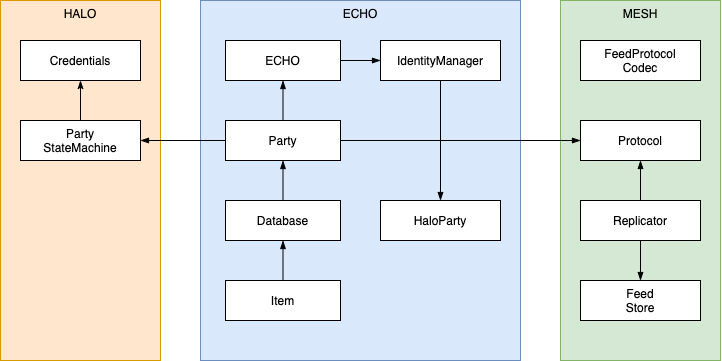
The draw.io diagram docs/content/diagrams/dependencies.png in dxos/dxos, before a commit. Source tidied: cells renumbered, new cells last; positions are measured from the earlier drawing's top-left corner, leaving out a move shared by most shapes.
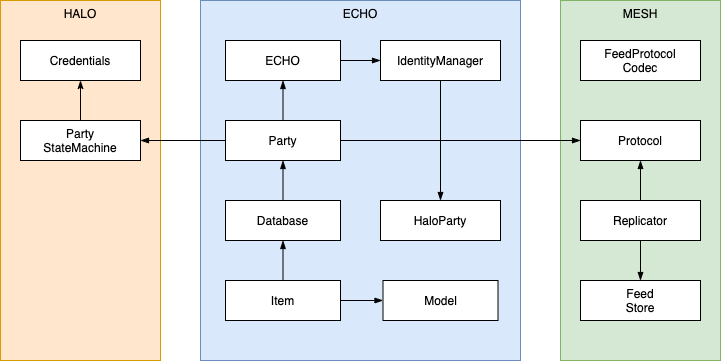
The same file after the commit.

The edit, as a diff of the source:
```diff
@@ -65,6 +65,9 @@
     <mxCell id="22" style="edgeStyle=orthogonalEdgeStyle;rounded=0;jettySize=auto;html=1;exitX=0.5;exitY=0;exitDx=0;exitDy=0;entryX=0.5;entryY=1;entryDx=0;entryDy=0;endArrow=blockThin;endFill=1;" parent="1" edge="1" source="23" target="20">
       <mxGeometry relative="1" as="geometry" />
     </mxCell>
+    <mxCell id="27" style="edgeStyle=orthogonalEdgeStyle;rounded=0;jettySize=auto;html=1;exitX=1;exitY=0.5;exitDx=0;exitDy=0;entryX=0;entryY=0.5;entryDx=0;entryDy=0;endArrow=blockThin;endFill=1;" parent="1" edge="1" source="23" target="28">
+      <mxGeometry relative="1" as="geometry" />
+    </mxCell>
     <mxCell id="23" value="Item" style="rounded=0;whiteSpace=wrap;html=1;" parent="1" vertex="1">
       <mxGeometry x="225" y="280" width="115" height="40" as="geometry" />
     </mxCell>
@@ -77,5 +80,8 @@
     <mxCell id="26" value="HaloParty" style="rounded=0;whiteSpace=wrap;html=1;" parent="1" vertex="1">
       <mxGeometry x="380" y="200" width="120" height="40" as="geometry" />
     </mxCell>
+    <mxCell id="28" value="Model" style="rounded=0;whiteSpace=wrap;html=1;" parent="1" vertex="1">
+      <mxGeometry x="382.5" y="280" width="115" height="40" as="geometry" />
+    </mxCell>
   </root>
 </mxGraphModel>
```
